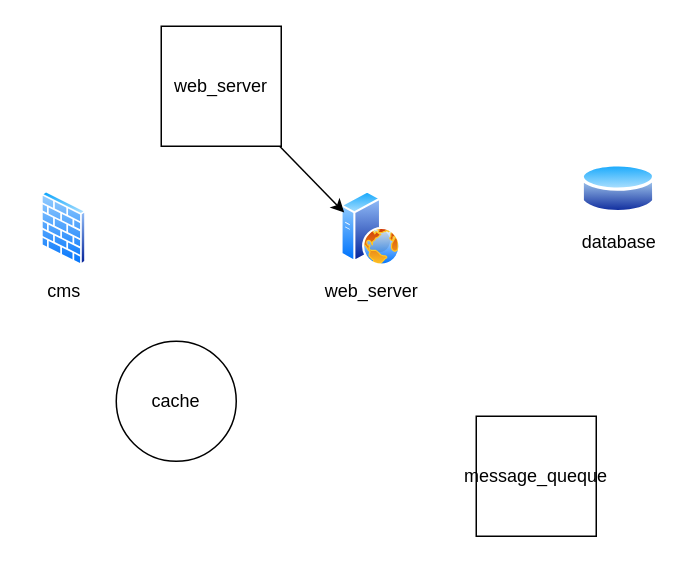
This is drawio_Diagrams/ProvaProprieta.drawio.xml from PierCarrozzini/Fake_Architecture_Orchestrator, a draw.io file, before an edit. Source tidied: cells renumbered, new cells numbered last; positions are measured from the earlier drawing's top-left corner, leaving out a move shared by most shapes. Both pictures are drawn from the tidied source at 150%, with x=0, y=0 at pixel (40, 26).
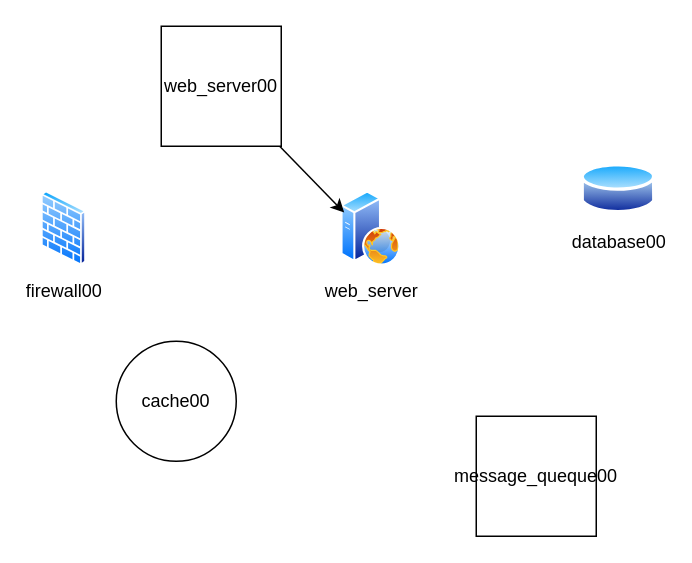
The same page after the edit.

Change to the diagram source:
```diff
@@
 <mxGraphModel>
   <root>
     <mxCell id="0" />
     <mxCell id="1" parent="0" />
     <mxCell id="2" value="web_server" style="image;perimeter=ellipsePerimeter;html=1;align=center;shadow=0;dashed=0;spacingTop=3;image=img/lib/active_directory/web_server.svg;" parent="1" vertex="1">
       <mxGeometry x="200" y="110" width="40" height="50" as="geometry" />
     </mxCell>
-    <mxCell id="3" value="web_server" style="whiteSpace=wrap;html=1;" parent="1" vertex="1">
+    <mxCell id="3" value="web_server00" style="whiteSpace=wrap;html=1;" parent="1" vertex="1">
       <mxGeometry x="80" width="80" height="80" as="geometry" />
     </mxCell>
     <mxCell id="4" style="endArrow=classic;html=1;rounded=0;entryX=0;entryY=0.25;entryDx=0;entryDy=0;" parent="1" edge="1" source="3" target="2">
       <mxGeometry relative="1" as="geometry" />
     </mxCell>
-    <mxCell id="5" value="database" style="image;perimeter=ellipsePerimeter;html=1;align=center;shadow=0;dashed=0;spacingTop=3;image=img/lib/active_directory/database.svg;" parent="1" vertex="1">
+    <mxCell id="5" value="database00" style="image;perimeter=ellipsePerimeter;html=1;align=center;shadow=0;dashed=0;spacingTop=3;image=img/lib/active_directory/database.svg;" parent="1" vertex="1">
       <mxGeometry x="360" y="90" width="50" height="37" as="geometry" />
     </mxCell>
-    <mxCell id="6" value="message_queque" style="whiteSpace=wrap;html=1;" parent="1" vertex="1">
+    <mxCell id="6" value="message_queque00" style="whiteSpace=wrap;html=1;" parent="1" vertex="1">
       <mxGeometry x="290" y="260" width="80" height="80" as="geometry" />
     </mxCell>
-    <mxCell id="7" value="cache" style="ellipse;whiteSpace=wrap;html=1;" parent="1" vertex="1">
+    <mxCell id="7" value="cache00" style="ellipse;whiteSpace=wrap;html=1;" parent="1" vertex="1">
       <mxGeometry x="50" y="210" width="80" height="80" as="geometry" />
     </mxCell>
-    <mxCell id="8" value="cms" style="image;perimeter=ellipsePerimeter;html=1;align=center;shadow=0;dashed=0;spacingTop=3;image=img/lib/active_directory/firewall.svg;" parent="1" vertex="1">
+    <mxCell id="8" value="firewall00" style="image;perimeter=ellipsePerimeter;html=1;align=center;shadow=0;dashed=0;spacingTop=3;image=img/lib/active_directory/firewall.svg;" parent="1" vertex="1">
       <mxGeometry y="110" width="30.5" height="50" as="geometry" />
     </mxCell>
   </root>
 </mxGraphModel>
```
